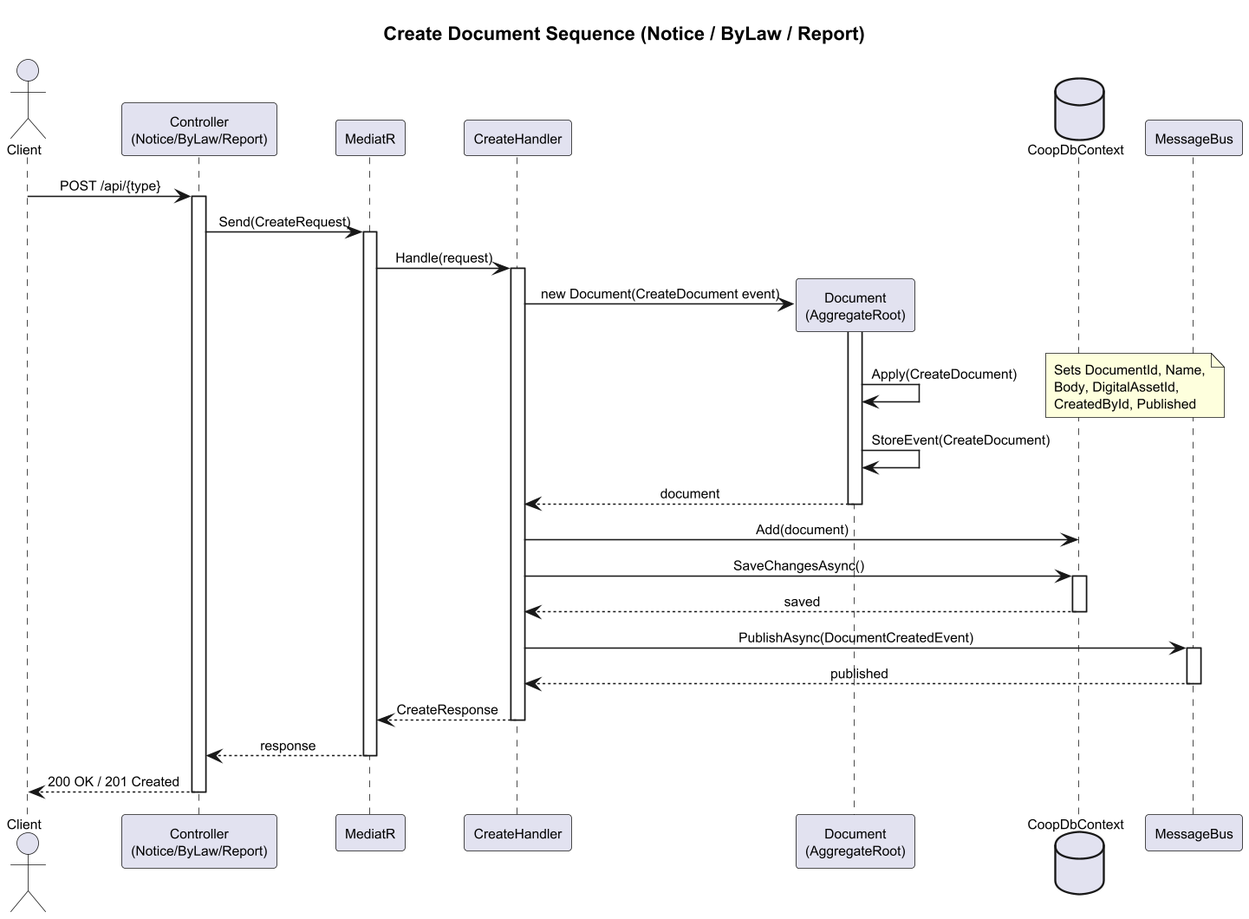
The PlantUML diagram docs/detailed-designs/06-document-management/sequence-create-document.png in QuinntyneBrown/Coop, before a commit. The source it was exported from:
```plantuml
@startuml
skinparam dpi 150
skinparam pageMargin 10
skinparam shadowing false
skinparam defaultFontSize 10
skinparam sequenceMessageAlign center

title Create Document Sequence (Notice / ByLaw / Report)

actor Client
participant "Controller\n(Notice/ByLaw/Report)" as Ctrl
participant "MediatR" as Med
participant "CreateHandler" as Handler
participant "Document\n(AggregateRoot)" as Doc
database "CoopDbContext" as DB
participant "MessageBus" as Bus

Client -> Ctrl : POST /api/{type}
activate Ctrl

Ctrl -> Med : Send(CreateRequest)
activate Med

Med -> Handler : Handle(request)
activate Handler

Handler -> Doc ** : new Document(CreateDocument event)
activate Doc
Doc -> Doc : Apply(CreateDocument)
note right
  Sets DocumentId, Name,
  Body, DigitalAssetId,
  CreatedById, Published
end note
Doc -> Doc : StoreEvent(CreateDocument)
Doc --> Handler : document
deactivate Doc

Handler -> DB : Add(document)
Handler -> DB : SaveChangesAsync()
activate DB
DB --> Handler : saved
deactivate DB

Handler -> Bus : PublishAsync(DocumentCreatedEvent)
activate Bus
Bus --> Handler : published
deactivate Bus

Handler --> Med : CreateResponse
deactivate Handler

Med --> Ctrl : response
deactivate Med

Ctrl --> Client : 200 OK / 201 Created
deactivate Ctrl

@enduml
```
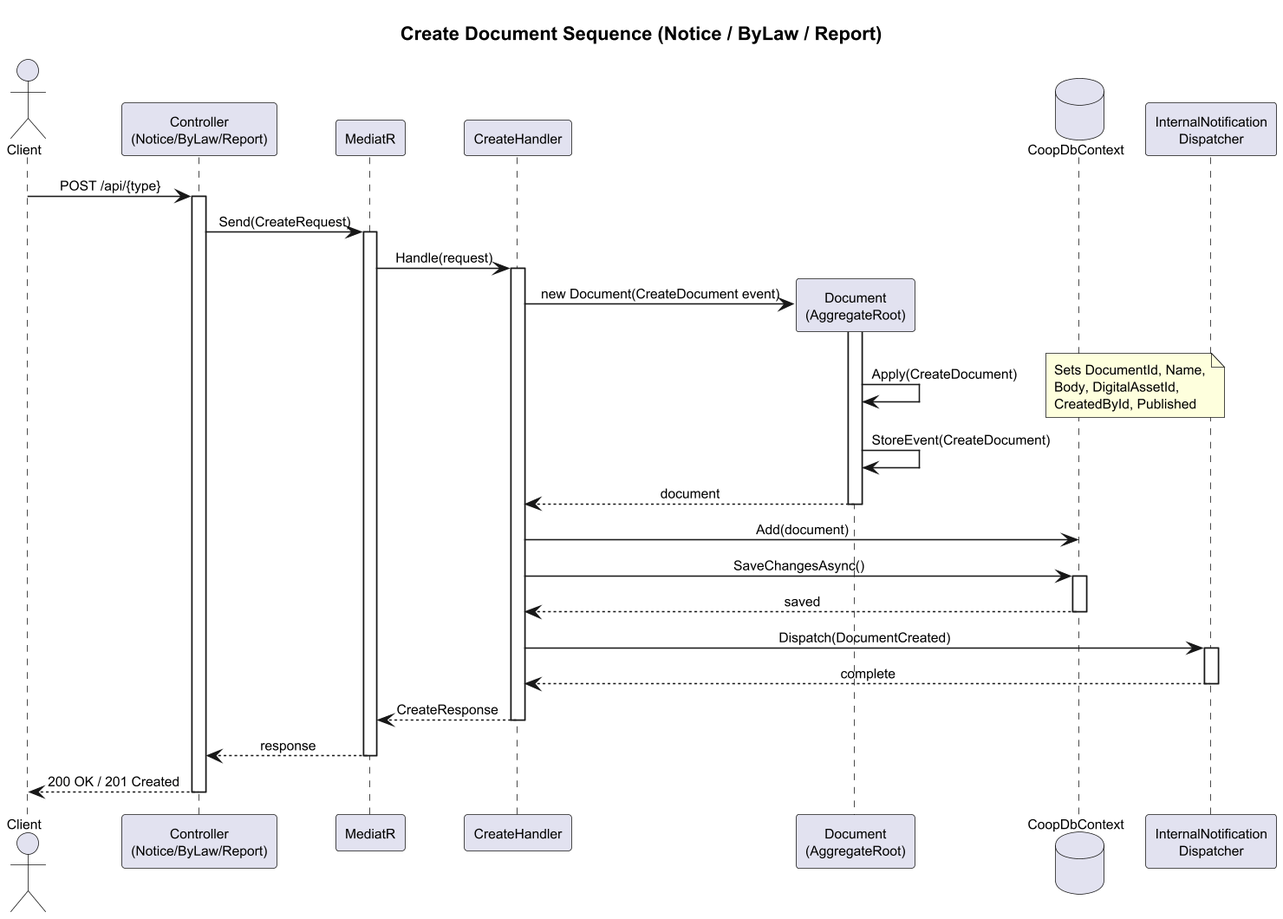
The same diagram one commit later.

What changed in the source:
```diff
@@ -13,7 +13,7 @@
 participant "CreateHandler" as Handler
 participant "Document\n(AggregateRoot)" as Doc
 database "CoopDbContext" as DB
-participant "MessageBus" as Bus
+participant "InternalNotification\nDispatcher" as Dispatcher
 
 Client -> Ctrl : POST /api/{type}
 activate Ctrl
@@ -42,10 +42,10 @@
 DB --> Handler : saved
 deactivate DB
 
-Handler -> Bus : PublishAsync(DocumentCreatedEvent)
-activate Bus
-Bus --> Handler : published
-deactivate Bus
+Handler -> Dispatcher : Dispatch(DocumentCreated)
+activate Dispatcher
+Dispatcher --> Handler : complete
+deactivate Dispatcher
 
 Handler --> Med : CreateResponse
 deactivate Handler
```
